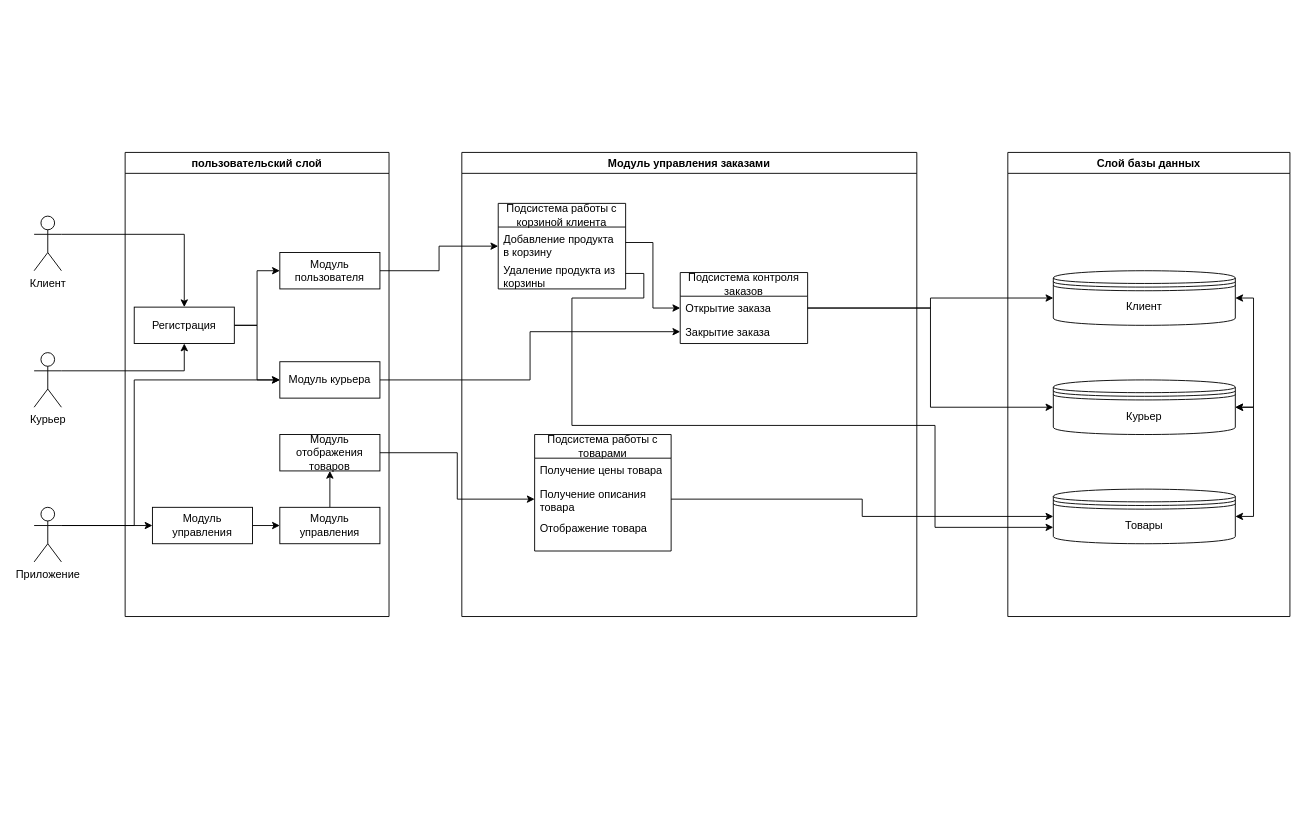
Earlier version of the draw.io diagram Architecture.drawio (MstislavRomanovski/ProgramIngeneering). Source tidied: cells renumbered, new cells numbered last; positions are measured from the earlier drawing's top-left corner, leaving out a move shared by most shapes. Both pictures are drawn from the tidied source at 91%, with x=0, y=0 at pixel (34, 152).
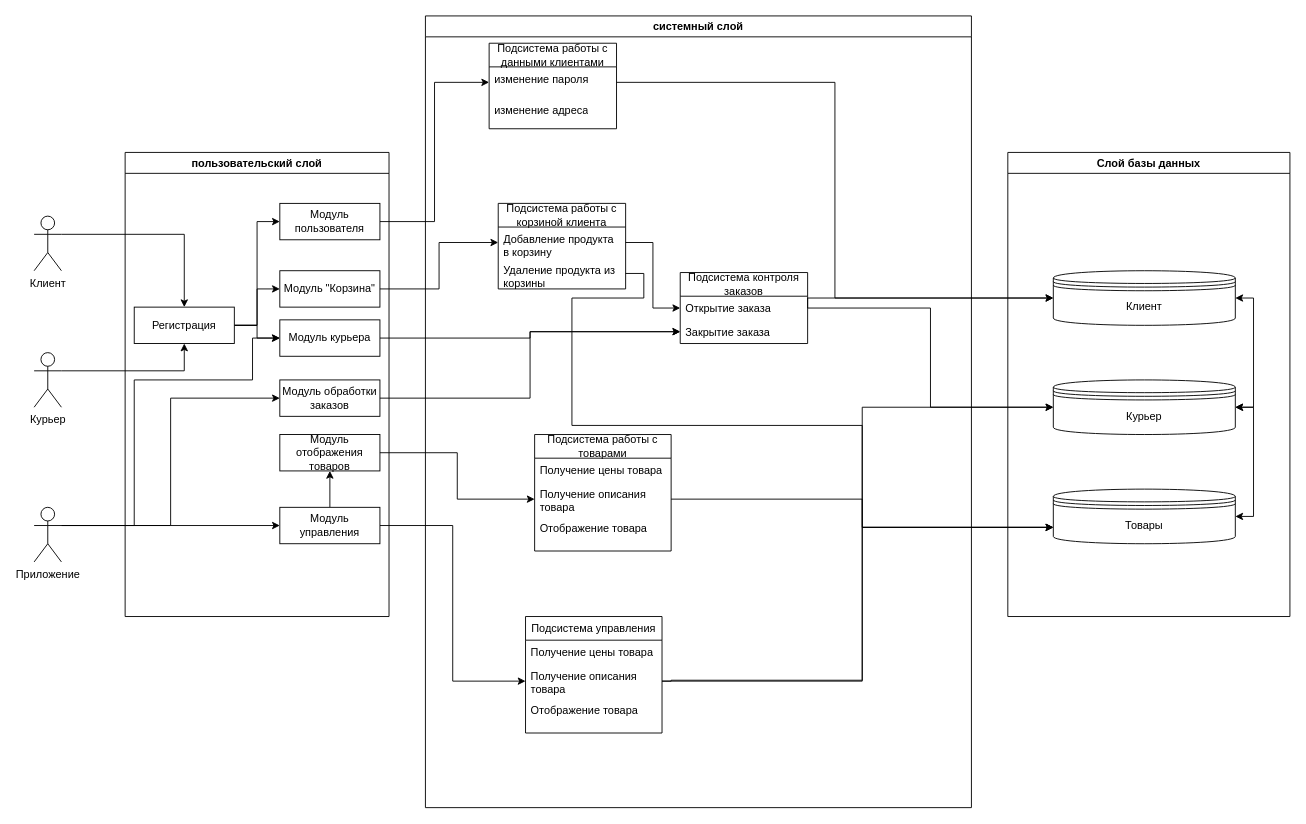
After the change.

The change refers to these unchanged cells:
```xml
<mxCell id="6" value="Приложение" style="shape=umlActor;verticalLabelPosition=bottom;verticalAlign=top;html=1;" parent="1" vertex="1">
  <mxGeometry y="390" width="30" height="60" as="geometry" />
</mxCell>
<mxCell id="11" value="Регистрация" style="html=1;whiteSpace=wrap;" parent="1" vertex="1">
  <mxGeometry x="110" y="170" width="110" height="40" as="geometry" />
</mxCell>
<mxCell id="14" value="Клиент" style="shape=datastore;whiteSpace=wrap;html=1;" parent="1" vertex="1">
  <mxGeometry x="1120" y="130" width="200" height="60" as="geometry" />
</mxCell>
<mxCell id="15" value="Курьер" style="shape=datastore;whiteSpace=wrap;html=1;" parent="1" vertex="1">
  <mxGeometry x="1120" y="250" width="200" height="60" as="geometry" />
</mxCell>
<mxCell id="18" value="Товары" style="shape=datastore;whiteSpace=wrap;html=1;" parent="1" vertex="1">
  <mxGeometry x="1120" y="370" width="200" height="60" as="geometry" />
</mxCell>
<mxCell id="24" value="Модуль управления" style="html=1;whiteSpace=wrap;" parent="1" vertex="1">
  <mxGeometry x="270" y="390" width="110" height="40" as="geometry" />
</mxCell>
<mxCell id="25" value="пользовательский слой" style="swimlane;whiteSpace=wrap;html=1;" parent="1" vertex="1">
  <mxGeometry x="100" width="290" height="510" as="geometry" />
</mxCell>
<mxCell id="29" value="Подсистема работы с корзиной клиента" style="swimlane;fontStyle=0;horizontal=1;startSize=26;fillColor=none;whiteSpace=wrap;html=1;" parent="1" vertex="1">
  <mxGeometry x="510" y="56" width="140" height="94" as="geometry" />
</mxCell>
<mxCell id="30" value="Добавление продукта в корзину" style="text;strokeColor=none;fillColor=none;align=left;verticalAlign=top;spacingLeft=4;spacingRight=4;overflow=hidden;points=[[0,0.5],[1,0.5]];portConstraint=eastwest;whiteSpace=wrap;html=1;" parent="29" vertex="1">
  <mxGeometry y="26" width="140" height="34" as="geometry" />
</mxCell>
<mxCell id="31" value="Удаление продукта из корзины" style="text;strokeColor=none;fillColor=none;align=left;verticalAlign=top;spacingLeft=4;spacingRight=4;overflow=hidden;points=[[0,0.5],[1,0.5]];portConstraint=eastwest;whiteSpace=wrap;html=1;" parent="29" vertex="1">
  <mxGeometry y="60" width="140" height="34" as="geometry" />
</mxCell>
<mxCell id="33" value="Открытие заказа" style="text;strokeColor=none;fillColor=none;align=left;verticalAlign=top;spacingLeft=4;spacingRight=4;overflow=hidden;points=[[0,0.5],[1,0.5]];portConstraint=eastwest;whiteSpace=wrap;html=1;" parent="32" vertex="1">
  <mxGeometry y="26" width="140" height="26" as="geometry" />
</mxCell>
<mxCell id="34" value="Закрытие заказа" style="text;strokeColor=none;fillColor=none;align=left;verticalAlign=top;spacingLeft=4;spacingRight=4;overflow=hidden;points=[[0,0.5],[1,0.5]];portConstraint=eastwest;whiteSpace=wrap;html=1;" parent="32" vertex="1">
  <mxGeometry y="52" width="140" height="26" as="geometry" />
</mxCell>
<mxCell id="37" value="Получение описания товара&lt;br&gt;" style="text;strokeColor=none;fillColor=none;align=left;verticalAlign=top;spacingLeft=4;spacingRight=4;overflow=hidden;points=[[0,0.5],[1,0.5]];portConstraint=eastwest;whiteSpace=wrap;html=1;" parent="35" vertex="1">
  <mxGeometry y="52" width="150" height="38" as="geometry" />
</mxCell>
```

Change to the diagram source:
```diff
@@
-    <mxCell id="4" style="edgeStyle=orthogonalEdgeStyle;rounded=0;jettySize=auto;html=1;exitX=1;exitY=0.3333333333333333;exitDx=0;exitDy=0;exitPerimeter=0;entryX=0;entryY=0.5;entryDx=0;entryDy=0;" parent="1" edge="1" source="6" target="27">
-      <mxGeometry relative="1" as="geometry" />
+    <mxCell id="4" style="edgeStyle=orthogonalEdgeStyle;rounded=0;jettySize=auto;html=1;exitX=1;exitY=0.3333333333333333;exitDx=0;exitDy=0;exitPerimeter=0;" parent="1" edge="1" source="6">
+      <mxGeometry relative="1" as="geometry">
+        <mxPoint x="270" y="410" as="targetPoint" />
+      </mxGeometry>
     </mxCell>
     <mxCell id="5" style="edgeStyle=orthogonalEdgeStyle;rounded=0;jettySize=auto;html=1;exitX=1;exitY=0.3333333333333333;exitDx=0;exitDy=0;exitPerimeter=0;entryX=0;entryY=0.5;entryDx=0;entryDy=0;" parent="1" edge="1" source="6" target="22">
       <mxGeometry relative="1" as="geometry">
         <Array as="points">
           <mxPoint x="110" y="410" />
           <mxPoint x="110" y="250" />
+          <mxPoint x="240" y="250" />
+          <mxPoint x="240" y="204" />
         </Array>
       </mxGeometry>
     </mxCell>
+    <mxCell id="45" style="edgeStyle=orthogonalEdgeStyle;rounded=0;jettySize=auto;html=1;exitX=1;exitY=0.3333333333333333;exitDx=0;exitDy=0;exitPerimeter=0;entryX=0;entryY=0.5;entryDx=0;entryDy=0;" parent="1" edge="1" source="6" target="49">
+      <mxGeometry relative="1" as="geometry" />
+    </mxCell>
@@
+    <mxCell id="46" style="edgeStyle=orthogonalEdgeStyle;rounded=0;jettySize=auto;html=1;exitX=1;exitY=0.5;exitDx=0;exitDy=0;entryX=0;entryY=0.5;entryDx=0;entryDy=0;" parent="1" edge="1" source="11" target="48">
+      <mxGeometry relative="1" as="geometry" />
+    </mxCell>
@@
-    <mxCell id="12" style="edgeStyle=orthogonalEdgeStyle;rounded=0;jettySize=auto;html=1;exitX=1;exitY=0.5;exitDx=0;exitDy=0;entryX=0;entryY=0.5;entryDx=0;entryDy=0;" parent="1" edge="1" source="27" target="24">
-      <mxGeometry relative="1" as="geometry" />
-    </mxCell>
@@
     <mxCell id="17" style="edgeStyle=orthogonalEdgeStyle;rounded=0;jettySize=auto;html=1;exitX=0;exitY=0.7;exitDx=0;exitDy=0;entryX=1;entryY=0.5;entryDx=0;entryDy=0;startArrow=classic;startFill=1;endArrow=none;endFill=0;" parent="1" edge="1" source="18" target="31">
       <mxGeometry relative="1" as="geometry">
         <Array as="points">
-          <mxPoint x="990" y="412" />
-          <mxPoint x="990" y="300" />
+          <mxPoint x="910" y="412" />
+          <mxPoint x="910" y="300" />
           <mxPoint x="591" y="300" />
           <mxPoint x="591" y="160" />
           <mxPoint x="670" y="160" />
           <mxPoint x="670" y="133" />
         </Array>
       </mxGeometry>
     </mxCell>
@@
-    <mxCell id="19" style="edgeStyle=orthogonalEdgeStyle;rounded=0;jettySize=auto;html=1;exitX=1;exitY=0.5;exitDx=0;exitDy=0;entryX=0;entryY=0.5;entryDx=0;entryDy=0;" parent="1" edge="1" source="20" target="29">
+    <mxCell id="19" style="edgeStyle=orthogonalEdgeStyle;rounded=0;jettySize=auto;html=1;exitX=1;exitY=0.5;exitDx=0;exitDy=0;entryX=0;entryY=0.5;entryDx=0;entryDy=0;" parent="1" edge="1" source="20" target="51">
       <mxGeometry relative="1" as="geometry" />
     </mxCell>
-    <mxCell id="20" value="Модуль пользователя&lt;br&gt;" style="html=1;whiteSpace=wrap;" parent="1" vertex="1">
-      <mxGeometry x="270" y="110" width="110" height="40" as="geometry" />
-    </mxCell>
@@
-    <mxCell id="22" value="Модуль курьера" style="html=1;whiteSpace=wrap;" parent="1" vertex="1">
-      <mxGeometry x="270" y="230" width="110" height="40" as="geometry" />
-    </mxCell>
@@
+    <mxCell id="47" style="edgeStyle=orthogonalEdgeStyle;rounded=0;jettySize=auto;html=1;exitX=1;exitY=0.5;exitDx=0;exitDy=0;" parent="1" edge="1" source="24" target="55">
+      <mxGeometry relative="1" as="geometry" />
+    </mxCell>
@@
-    <mxCell id="27" value="Модуль управления" style="html=1;whiteSpace=wrap;" parent="25" vertex="1">
-      <mxGeometry x="30" y="390" width="110" height="40" as="geometry" />
-    </mxCell>
+    <mxCell id="20" value="Модуль пользователя&lt;br&gt;" style="html=1;whiteSpace=wrap;" parent="25" vertex="1">
+      <mxGeometry x="170" y="56" width="110" height="40" as="geometry" />
+    </mxCell>
+    <mxCell id="48" value="Модуль &quot;Корзина&quot;" style="html=1;whiteSpace=wrap;" parent="25" vertex="1">
+      <mxGeometry x="170" y="130" width="110" height="40" as="geometry" />
+    </mxCell>
+    <mxCell id="22" value="Модуль курьера" style="html=1;whiteSpace=wrap;" parent="25" vertex="1">
+      <mxGeometry x="170" y="184" width="110" height="40" as="geometry" />
+    </mxCell>
+    <mxCell id="49" value="Модуль обработки заказов" style="html=1;whiteSpace=wrap;" parent="25" vertex="1">
+      <mxGeometry x="170" y="250" width="110" height="40" as="geometry" />
+    </mxCell>
@@
-    <mxCell id="41" style="edgeStyle=orthogonalEdgeStyle;rounded=0;jettySize=auto;html=1;exitX=1;exitY=0.5;exitDx=0;exitDy=0;entryX=0;entryY=0.5;entryDx=0;entryDy=0;" parent="1" edge="1" source="37" target="18">
+    <mxCell id="41" style="edgeStyle=orthogonalEdgeStyle;rounded=0;jettySize=auto;html=1;exitX=1;exitY=0.5;exitDx=0;exitDy=0;entryX=0;entryY=0.7;entryDx=0;entryDy=0;" parent="1" edge="1" source="37" target="18">
       <mxGeometry relative="1" as="geometry" />
     </mxCell>
@@
     <mxCell id="43" style="edgeStyle=orthogonalEdgeStyle;rounded=0;jettySize=auto;html=1;exitX=1;exitY=0.5;exitDx=0;exitDy=0;entryX=0;entryY=0.5;entryDx=0;entryDy=0;" parent="1" edge="1" source="33" target="14">
-      <mxGeometry relative="1" as="geometry" />
+      <mxGeometry relative="1" as="geometry">
+        <Array as="points">
+          <mxPoint x="850" y="160" />
+        </Array>
+      </mxGeometry>
     </mxCell>
-    <mxCell id="44" value="Модуль управления заказами" style="swimlane;whiteSpace=wrap;html=1;" parent="1" vertex="1">
-      <mxGeometry x="470" width="500" height="510" as="geometry" />
+    <mxCell id="44" value="системный слой" style="swimlane;whiteSpace=wrap;html=1;startSize=23;" parent="1" vertex="1">
+      <mxGeometry x="430" y="-150" width="600" height="870" as="geometry" />
     </mxCell>
+    <mxCell id="50" value="Подсистема работы с данными клиентами" style="swimlane;fontStyle=0;horizontal=1;startSize=26;fillColor=none;whiteSpace=wrap;html=1;" parent="44" vertex="1">
+      <mxGeometry x="70" y="30" width="140" height="94" as="geometry" />
+    </mxCell>
+    <mxCell id="51" value="изменение пароля" style="text;strokeColor=none;fillColor=none;align=left;verticalAlign=top;spacingLeft=4;spacingRight=4;overflow=hidden;points=[[0,0.5],[1,0.5]];portConstraint=eastwest;whiteSpace=wrap;html=1;" parent="50" vertex="1">
+      <mxGeometry y="26" width="140" height="34" as="geometry" />
+    </mxCell>
+    <mxCell id="52" value="изменение адреса" style="text;strokeColor=none;fillColor=none;align=left;verticalAlign=top;spacingLeft=4;spacingRight=4;overflow=hidden;whiteSpace=wrap;html=1;" parent="50" vertex="1">
+      <mxGeometry y="60" width="140" height="34" as="geometry" />
+    </mxCell>
+    <mxCell id="53" value="Подсистема управления" style="swimlane;fontStyle=0;horizontal=1;startSize=26;fillColor=none;whiteSpace=wrap;html=1;" parent="44" vertex="1">
+      <mxGeometry x="110" y="660" width="150" height="128" as="geometry" />
+    </mxCell>
+    <mxCell id="54" value="Получение цены товара" style="text;strokeColor=none;fillColor=none;align=left;verticalAlign=top;spacingLeft=4;spacingRight=4;overflow=hidden;whiteSpace=wrap;html=1;" parent="53" vertex="1">
+      <mxGeometry y="26" width="150" height="26" as="geometry" />
+    </mxCell>
+    <mxCell id="55" value="Получение описания товара&lt;br&gt;" style="text;strokeColor=none;fillColor=none;align=left;verticalAlign=top;spacingLeft=4;spacingRight=4;overflow=hidden;points=[[0,0.5],[1,0.5]];portConstraint=eastwest;whiteSpace=wrap;html=1;" parent="53" vertex="1">
+      <mxGeometry y="52" width="150" height="38" as="geometry" />
+    </mxCell>
+    <mxCell id="56" value="Отображение товара" style="text;strokeColor=none;fillColor=none;align=left;verticalAlign=top;spacingLeft=4;spacingRight=4;overflow=hidden;whiteSpace=wrap;html=1;" parent="53" vertex="1">
+      <mxGeometry y="90" width="150" height="38" as="geometry" />
+    </mxCell>
+    <mxCell id="57" style="edgeStyle=orthogonalEdgeStyle;rounded=0;jettySize=auto;html=1;exitX=1;exitY=0.5;exitDx=0;exitDy=0;entryX=0;entryY=0.5;entryDx=0;entryDy=0;" parent="1" edge="1" source="48" target="30">
+      <mxGeometry relative="1" as="geometry" />
+    </mxCell>
+    <mxCell id="58" style="edgeStyle=orthogonalEdgeStyle;rounded=0;jettySize=auto;html=1;exitX=1;exitY=0.5;exitDx=0;exitDy=0;entryX=0;entryY=0.5;entryDx=0;entryDy=0;" parent="1" edge="1" source="51" target="14">
+      <mxGeometry relative="1" as="geometry" />
+    </mxCell>
+    <mxCell id="59" style="edgeStyle=orthogonalEdgeStyle;rounded=0;jettySize=auto;html=1;exitX=1;exitY=0.5;exitDx=0;exitDy=0;entryX=0;entryY=0.7;entryDx=0;entryDy=0;" parent="1" edge="1" source="55" target="18">
+      <mxGeometry relative="1" as="geometry">
+        <Array as="points">
+          <mxPoint x="910" y="581" />
+          <mxPoint x="910" y="412" />
+        </Array>
+      </mxGeometry>
+    </mxCell>
+    <mxCell id="60" style="edgeStyle=orthogonalEdgeStyle;rounded=0;jettySize=auto;html=1;exitX=1;exitY=0.5;exitDx=0;exitDy=0;entryX=0;entryY=0.5;entryDx=0;entryDy=0;" parent="1" edge="1" source="55" target="15">
+      <mxGeometry relative="1" as="geometry">
+        <Array as="points">
+          <mxPoint x="700" y="581" />
+          <mxPoint x="910" y="580" />
+          <mxPoint x="910" y="280" />
+        </Array>
+      </mxGeometry>
+    </mxCell>
+    <mxCell id="61" style="edgeStyle=orthogonalEdgeStyle;rounded=0;jettySize=auto;html=1;exitX=1;exitY=0.5;exitDx=0;exitDy=0;entryX=0;entryY=0.5;entryDx=0;entryDy=0;" parent="1" edge="1" source="49" target="34">
+      <mxGeometry relative="1" as="geometry" />
+    </mxCell>
```
